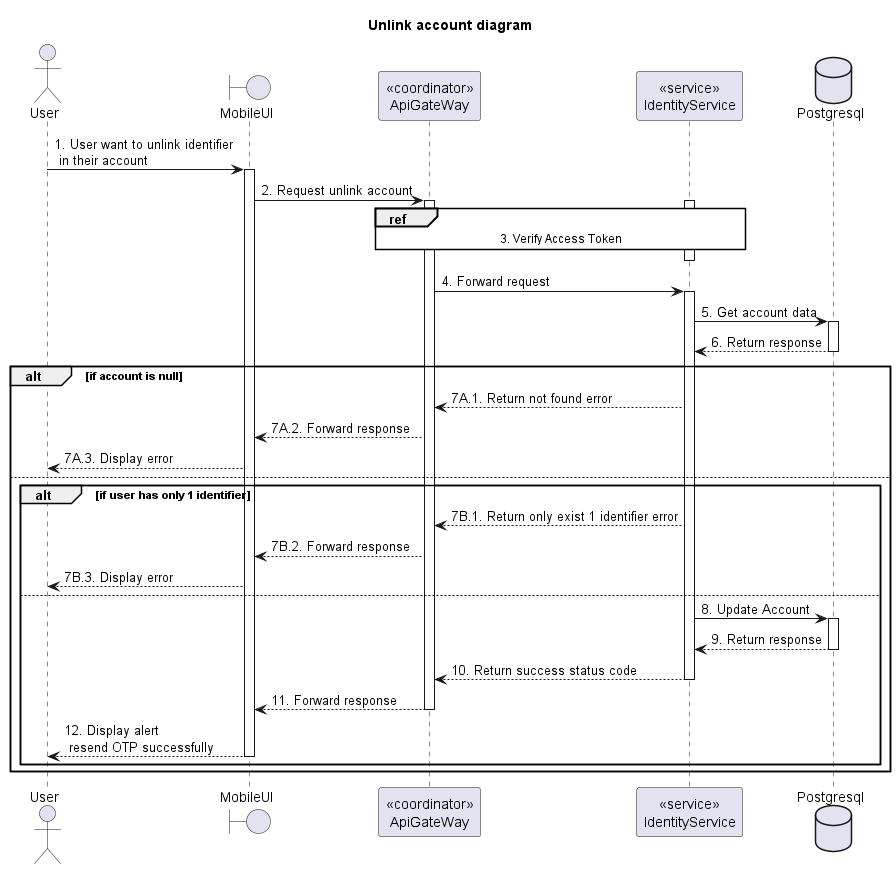
This is doc/SDS/Identity/UnlinkAccount/Sequence.png from Carl-Johnsons/tastopia, a PlantUML export, as it was before one commit. Its diagram source:
```plantuml
@startuml Sequence
title "Unlink account diagram"

<style>
  sequenceDiagram {
    reference {
      BackGroundColor white
    }
}
</style>

actor User
boundary MobileUI
participant "<<coordinator>>\nApiGateWay" as ApiGateway
participant "<<service>>\nIdentityService" as IdentityService
database Postgresql

User -> MobileUI ++: 1. User want to unlink identifier\n in their account
MobileUI -> ApiGateway ++: 2. Request unlink account

activate IdentityService
ref over ApiGateway, IdentityService: 3. Verify Access Token
ApiGateway -[hidden]-> IdentityService
deactivate IdentityService

ApiGateway -> IdentityService ++: 4. Forward request
IdentityService -> Postgresql ++: 5. Get account data
IdentityService <-- Postgresql --: 6. Return response

alt if account is null
    ApiGateway <-- IdentityService: 7A.1. Return not found error
    MobileUI <-- ApiGateway: 7A.2. Forward response
    User <-- MobileUI: 7A.3. Display error
else
    alt if user has only 1 identifier
      ApiGateway <-- IdentityService: 7B.1. Return only exist 1 identifier error
      MobileUI <-- ApiGateway: 7B.2. Forward response
      User <-- MobileUI: 7B.3. Display error
    else
      IdentityService -> Postgresql ++: 8. Update Account
      IdentityService <-- Postgresql --: 9. Return response
      ApiGateway <-- IdentityService --: 10. Return success status code
      MobileUI <-- ApiGateway --: 11. Forward response
      User <-- MobileUI --: 12. Display alert\n resend OTP successfully
    end
end

@enduml
```
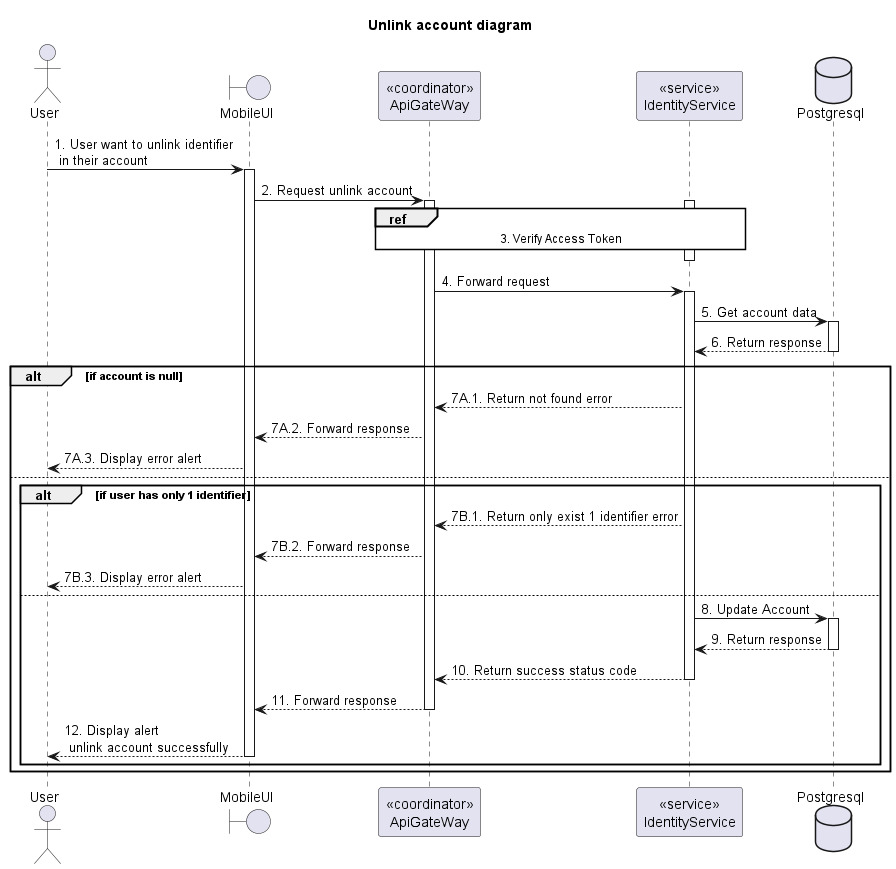
The same file after the commit.

The edit, as a diff of the source:
```diff
@@ -30,18 +30,18 @@
 alt if account is null
     ApiGateway <-- IdentityService: 7A.1. Return not found error
     MobileUI <-- ApiGateway: 7A.2. Forward response
-    User <-- MobileUI: 7A.3. Display error
+    User <-- MobileUI: 7A.3. Display error alert
 else
     alt if user has only 1 identifier
       ApiGateway <-- IdentityService: 7B.1. Return only exist 1 identifier error
       MobileUI <-- ApiGateway: 7B.2. Forward response
-      User <-- MobileUI: 7B.3. Display error
+      User <-- MobileUI: 7B.3. Display error alert
     else
       IdentityService -> Postgresql ++: 8. Update Account
       IdentityService <-- Postgresql --: 9. Return response
       ApiGateway <-- IdentityService --: 10. Return success status code
       MobileUI <-- ApiGateway --: 11. Forward response
-      User <-- MobileUI --: 12. Display alert\n resend OTP successfully
+      User <-- MobileUI --: 12. Display alert\n unlink account successfully
     end
 end
 
```
